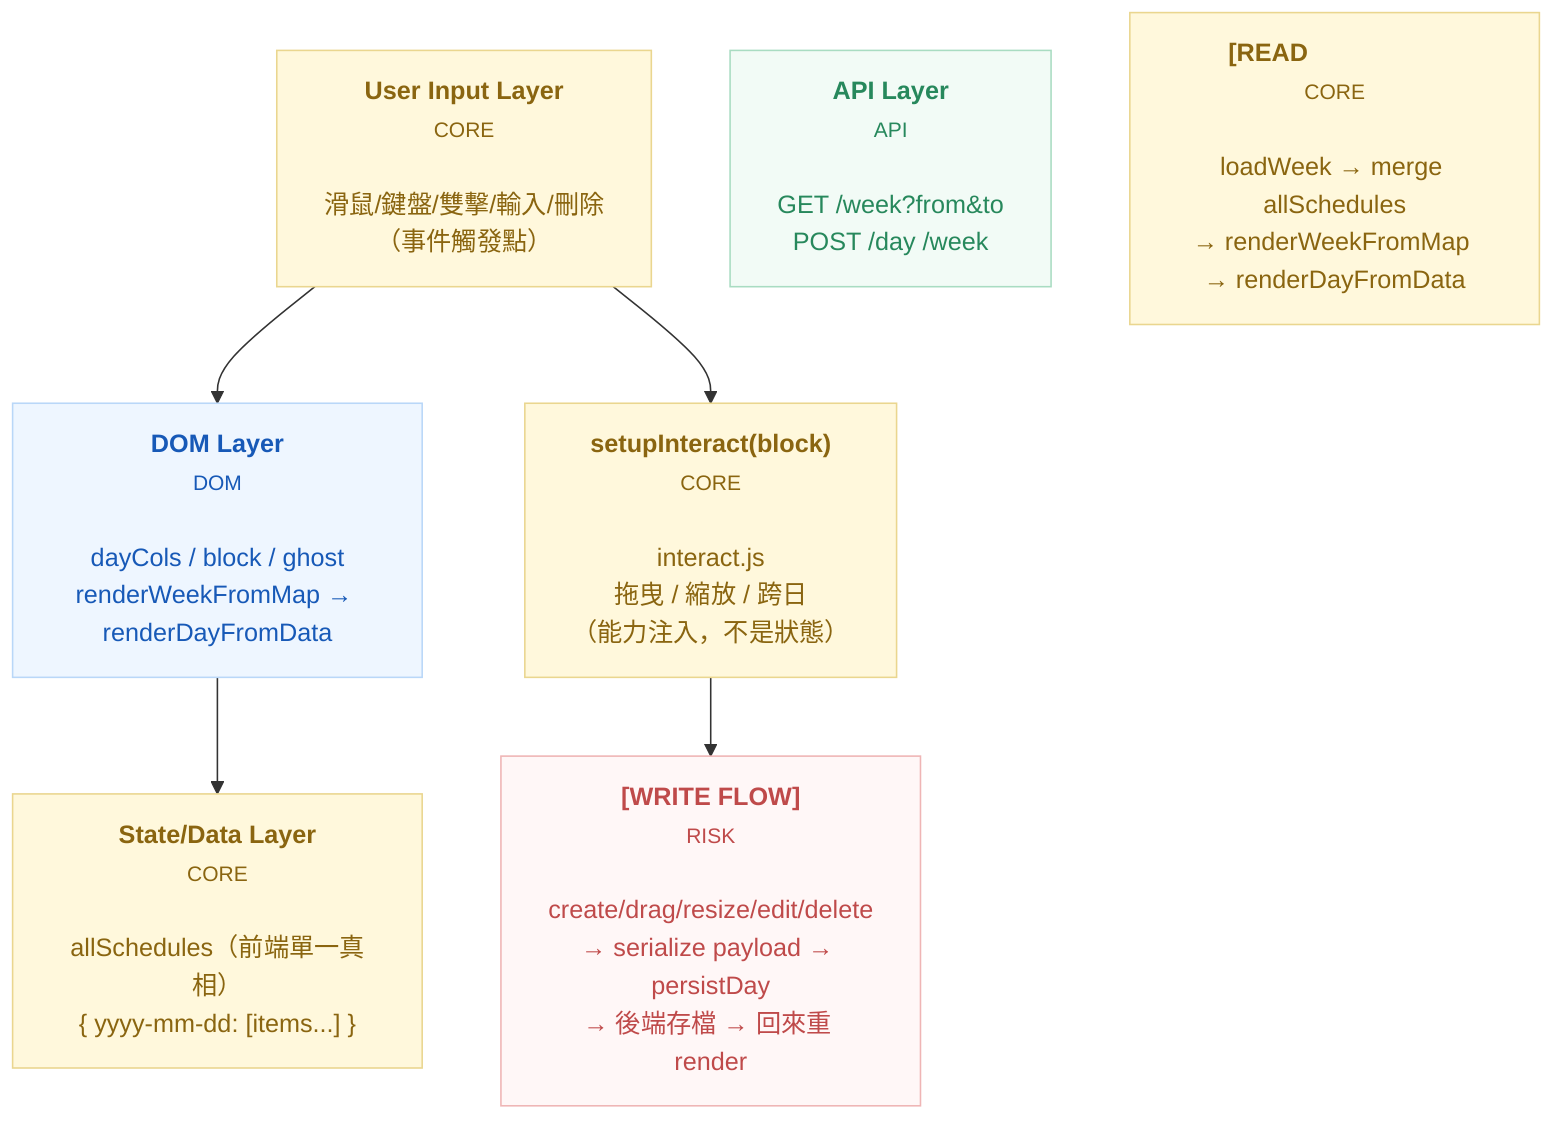
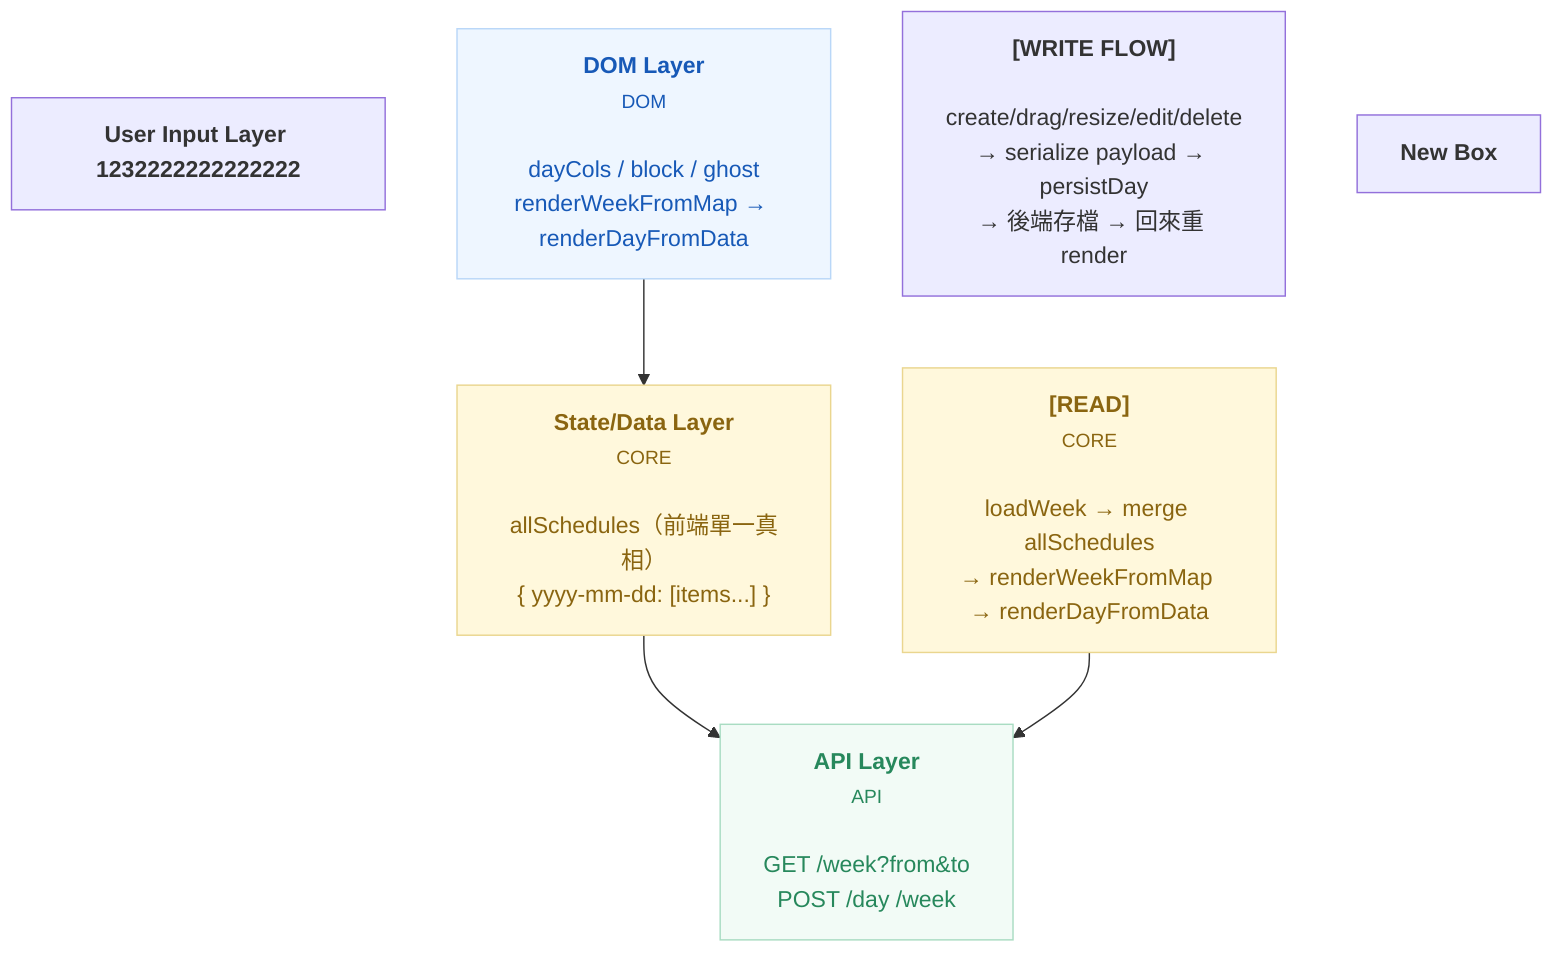
flowchart TD
-   n_nqp6dqkg["<b>User Input Layer</b><br/><small>CORE</small><br/><br/>滑鼠/鍵盤/雙擊/輸入/刪除<br/>（事件觸發點）"]
+   n_nqp6dqkg["<b>User Input Layer 1232222222222222</b><br/>"]
  n_nbw37bv6["<b>DOM Layer</b><br/><small>DOM</small><br/><br/>dayCols / block / ghost<br/>renderWeekFromMap → renderDayFromData"]
  n_nac3vzom["<b>State/Data Layer</b><br/><small>CORE</small><br/><br/>allSchedules（前端單一真相）<br/>{ yyyy-mm-dd: [items...] }"]
  n_nyigec1g["<b>API Layer</b><br/><small>API</small><br/><br/>GET /week?from&amp;to<br/>POST /day  /week"]
-   n_nooxhqfw["<b>[READ                   </b><br/><small>CORE</small><br/><br/>loadWeek → merge allSchedules<br/>→ renderWeekFromMap → renderDayFromData"]
-   n_nxllvjvj["<b>[WRITE FLOW]</b><br/><small>RISK</small><br/><br/>create/drag/resize/edit/delete<br/>→ serialize payload → persistDay<br/>→ 後端存檔 → 回來重 render"]
-   n_nfq4x2rd["<b>setupInteract(block)</b><br/><small>CORE</small><br/><br/>interact.js<br/>拖曳 / 縮放 / 跨日<br/>（能力注入，不是狀態）"]
-   n_nqp6dqkg --> n_nbw37bv6
-   n_nqp6dqkg --> n_nfq4x2rd
-   n_nfq4x2rd --> n_nxllvjvj
+   n_nooxhqfw["<b>[READ]</b><br/><small>CORE</small><br/><br/>loadWeek → merge allSchedules<br/>→ renderWeekFromMap → renderDayFromData"]
+   n_nxllvjvj["<b>[WRITE FLOW]</b><br/><br/>create/drag/resize/edit/delete<br/>→ serialize payload → persistDay<br/>→ 後端存檔 → 回來重 render"]
+   n_n3inuawi["<b>New Box</b><br/>"]
  n_nbw37bv6 --> n_nac3vzom
+   n_nac3vzom --> n_nyigec1g
+   n_nooxhqfw --> n_nyigec1g

  classDef CORE fill:#fff8dc,stroke:#ead68f,color:#8a6510
  classDef DOM fill:#eef6ff,stroke:#b9d7f8,color:#1759b7
  classDef API fill:#f2fbf6,stroke:#a9dcc2,color:#27885c
  classDef RISK fill:#fff7f7,stroke:#efb5b5,color:#bf4a4a
-   class n_nqp6dqkg CORE
  class n_nbw37bv6 DOM
  class n_nac3vzom CORE
  class n_nyigec1g API
  class n_nooxhqfw CORE
-   class n_nxllvjvj RISK
-   class n_nfq4x2rd CORE
